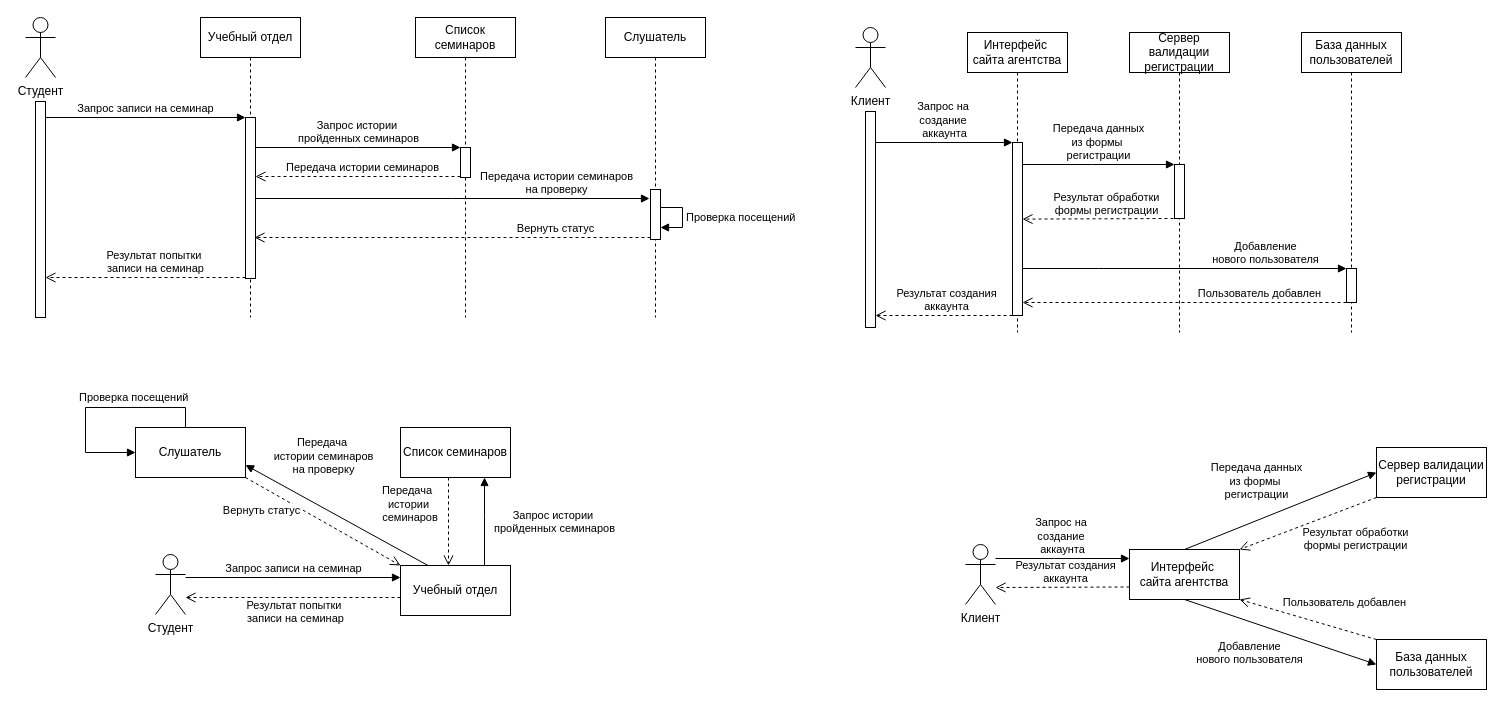
Earlier version of the draw.io diagram АКМС/4.drawio (Shumila71/homeworks). Source tidied: cells renumbered, new cells numbered last; positions are measured from the earlier drawing's top-left corner, leaving out a move shared by most shapes. Both pictures are drawn from the tidied source at 100%, with x=0, y=0 at pixel (25, 17).
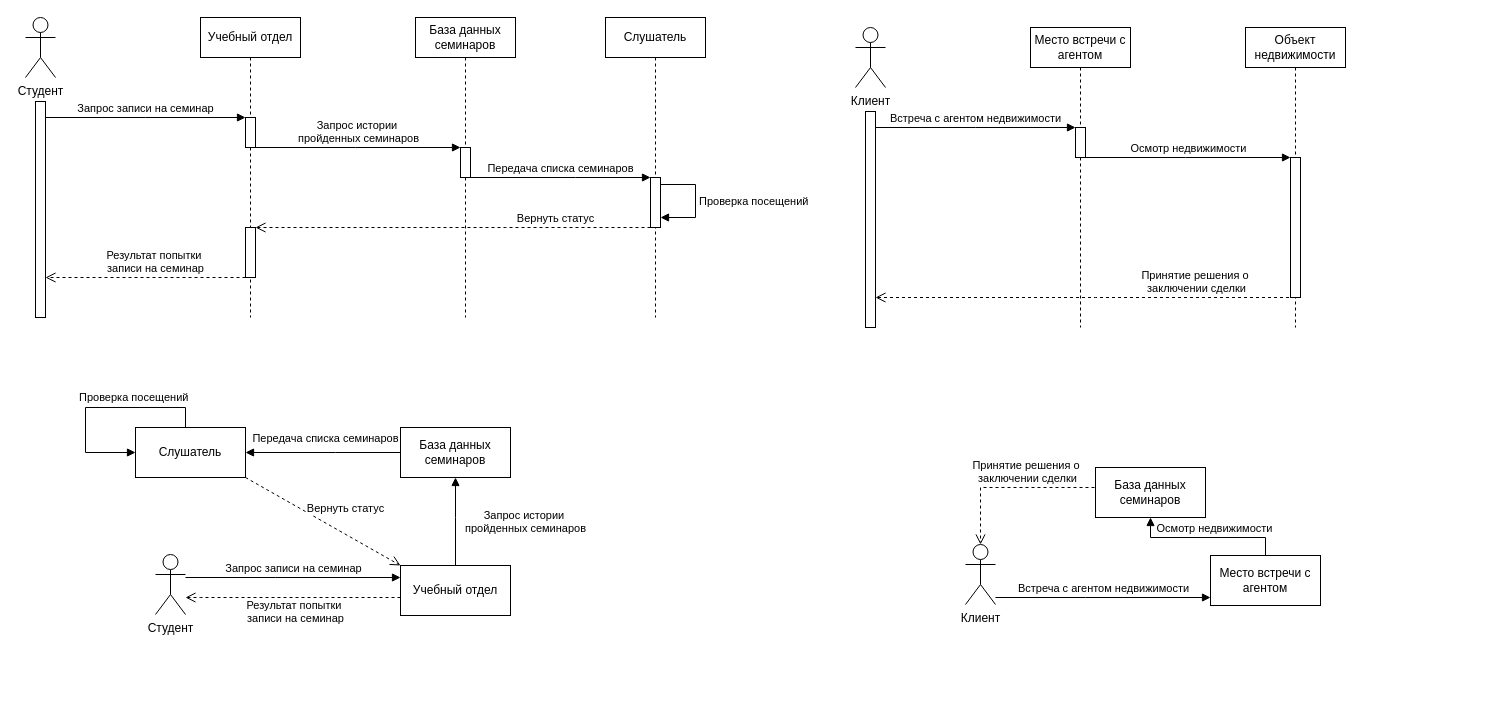
Above is the later version.

The change refers to these unchanged cells:
```xml
<mxCell id="2" value="Учебный отдел" style="shape=umlLifeline;perimeter=lifelinePerimeter;whiteSpace=wrap;html=1;newEdgeStyle={&quot;edgeStyle&quot;:&quot;elbowEdgeStyle&quot;,&quot;elbow&quot;:&quot;vertical&quot;,&quot;curved&quot;:0,&quot;rounded&quot;:0};" parent="1" vertex="1">
  <mxGeometry x="175" width="100" height="300" as="geometry" />
</mxCell>
<mxCell id="9" style="html=1;points=[];perimeter=orthogonalPerimeter;outlineConnect=0;targetShapes=umlLifeline;portConstraint=eastwest;newEdgeStyle={&quot;edgeStyle&quot;:&quot;elbowEdgeStyle&quot;,&quot;elbow&quot;:&quot;vertical&quot;,&quot;curved&quot;:0,&quot;rounded&quot;:0};" parent="8" vertex="1">
  <mxGeometry x="45" y="130" width="10" height="30" as="geometry" />
</mxCell>
<mxCell id="10" value="Слушатель" style="shape=umlLifeline;perimeter=lifelinePerimeter;whiteSpace=wrap;html=1;newEdgeStyle={&quot;edgeStyle&quot;:&quot;elbowEdgeStyle&quot;,&quot;elbow&quot;:&quot;vertical&quot;,&quot;curved&quot;:0,&quot;rounded&quot;:0};" parent="1" vertex="1">
  <mxGeometry x="580" width="100" height="300" as="geometry" />
</mxCell>
<mxCell id="17" value="Слушатель" style="html=1;whiteSpace=wrap;" parent="1" vertex="1">
  <mxGeometry x="110" y="410" width="110" height="50" as="geometry" />
</mxCell>
<mxCell id="18" value="Учебный отдел" style="html=1;whiteSpace=wrap;" parent="1" vertex="1">
  <mxGeometry x="375" y="548" width="110" height="50" as="geometry" />
</mxCell>
<mxCell id="28" style="html=1;points=[[0,0,0,0,5],[0,1,0,0,-5],[1,0,0,0,5],[1,1,0,0,-5]];perimeter=orthogonalPerimeter;outlineConnect=0;targetShapes=umlLifeline;portConstraint=eastwest;newEdgeStyle={&quot;curved&quot;:0,&quot;rounded&quot;:0};" parent="1" vertex="1">
  <mxGeometry x="840" y="94" width="10" height="216" as="geometry" />
</mxCell>
<mxCell id="33" value="Клиент" style="shape=umlActor;verticalLabelPosition=bottom;verticalAlign=top;html=1;" parent="1" vertex="1">
  <mxGeometry x="940" y="527" width="30" height="60" as="geometry" />
</mxCell>
```

What changed in the source:
```diff
@@
     <mxCell id="3" style="html=1;points=[];perimeter=orthogonalPerimeter;outlineConnect=0;targetShapes=umlLifeline;portConstraint=eastwest;newEdgeStyle={&quot;edgeStyle&quot;:&quot;elbowEdgeStyle&quot;,&quot;elbow&quot;:&quot;vertical&quot;,&quot;curved&quot;:0,&quot;rounded&quot;:0};" parent="2" vertex="1">
-      <mxGeometry x="45" y="100" width="10" height="161" as="geometry" />
+      <mxGeometry x="45" y="100" width="10" height="30" as="geometry" />
     </mxCell>
+    <mxCell id="52" style="html=1;points=[[0,0,0,0,5],[0,1,0,0,-5],[1,0,0,0,5],[1,1,0,0,-5]];perimeter=orthogonalPerimeter;outlineConnect=0;targetShapes=umlLifeline;portConstraint=eastwest;newEdgeStyle={&quot;curved&quot;:0,&quot;rounded&quot;:0};" parent="2" vertex="1">
+      <mxGeometry x="45" y="210" width="10" height="50" as="geometry" />
+    </mxCell>
@@
-    <mxCell id="5" value="Вернуть статус" style="html=1;verticalAlign=bottom;endArrow=open;dashed=1;endSize=8;edgeStyle=elbowEdgeStyle;elbow=vertical;curved=0;rounded=0;" parent="1" edge="1" source="11">
+    <mxCell id="5" value="Вернуть статус" style="html=1;verticalAlign=bottom;endArrow=open;dashed=1;endSize=8;edgeStyle=elbowEdgeStyle;elbow=vertical;curved=0;rounded=0;" parent="1" edge="1" source="11" target="52">
       <mxGeometry x="-0.52" relative="1" as="geometry">
-        <mxPoint x="229" y="220" as="targetPoint" />
         <Array as="points">
-          <mxPoint x="480" y="220" />
+          <mxPoint x="480" y="210" />
         </Array>
       </mxGeometry>
     </mxCell>
@@
-    <mxCell id="8" value="Список семинаров" style="shape=umlLifeline;perimeter=lifelinePerimeter;whiteSpace=wrap;html=1;newEdgeStyle={&quot;edgeStyle&quot;:&quot;elbowEdgeStyle&quot;,&quot;elbow&quot;:&quot;vertical&quot;,&quot;curved&quot;:0,&quot;rounded&quot;:0};" parent="1" vertex="1">
+    <mxCell id="8" value="База данных семинаров" style="shape=umlLifeline;perimeter=lifelinePerimeter;whiteSpace=wrap;html=1;newEdgeStyle={&quot;edgeStyle&quot;:&quot;elbowEdgeStyle&quot;,&quot;elbow&quot;:&quot;vertical&quot;,&quot;curved&quot;:0,&quot;rounded&quot;:0};" parent="1" vertex="1">
       <mxGeometry x="390" width="100" height="300" as="geometry" />
     </mxCell>
@@
     <mxCell id="11" style="html=1;points=[[0,0,0,0,5],[0,1,0,0,-5],[1,0,0,0,5],[1,1,0,0,-5]];perimeter=orthogonalPerimeter;outlineConnect=0;targetShapes=umlLifeline;portConstraint=eastwest;newEdgeStyle={&quot;curved&quot;:0,&quot;rounded&quot;:0};" parent="10" vertex="1">
-      <mxGeometry x="45" y="172" width="10" height="50" as="geometry" />
+      <mxGeometry x="45" y="160" width="10" height="50" as="geometry" />
     </mxCell>
     <mxCell id="12" value="&lt;span style=&quot;text-align: center;&quot;&gt;Проверка посещений&lt;/span&gt;" style="html=1;align=left;spacingLeft=2;endArrow=block;rounded=0;edgeStyle=orthogonalEdgeStyle;curved=0;rounded=0;" parent="10" edge="1" source="11" target="11">
       <mxGeometry relative="1" as="geometry">
         <Array as="points">
-          <mxPoint x="77" y="190" />
-          <mxPoint x="77" y="210" />
+          <mxPoint x="90" y="167" />
+          <mxPoint x="90" y="200" />
         </Array>
       </mxGeometry>
     </mxCell>
@@
-    <mxCell id="14" value="Передача истории семинаров&lt;div&gt;на проверку&lt;/div&gt;" style="html=1;verticalAlign=bottom;endArrow=block;edgeStyle=elbowEdgeStyle;elbow=vertical;curved=0;rounded=0;" parent="1" edge="1">
-      <mxGeometry x="0.53" relative="1" as="geometry">
-        <mxPoint x="230" y="181" as="sourcePoint" />
-        <mxPoint x="624" y="181" as="targetPoint" />
+    <mxCell id="14" value="Передача списка семинаров" style="html=1;verticalAlign=bottom;endArrow=block;edgeStyle=elbowEdgeStyle;elbow=vertical;curved=0;rounded=0;" parent="1" edge="1" source="9">
+      <mxGeometry relative="1" as="geometry">
+        <mxPoint x="625" y="160" as="targetPoint" />
         <Array as="points">
-          <mxPoint x="426" y="181" />
-          <mxPoint x="565" y="123.5" />
+          <mxPoint x="550" y="160" />
+          <mxPoint x="565" y="133.5" />
         </Array>
       </mxGeometry>
     </mxCell>
-    <mxCell id="15" value="Результат попытки&amp;nbsp;&lt;div&gt;записи на семинар&lt;/div&gt;" style="html=1;verticalAlign=bottom;endArrow=open;dashed=1;endSize=8;edgeStyle=elbowEdgeStyle;elbow=vertical;curved=0;rounded=0;" parent="1" edge="1" source="3">
+    <mxCell id="15" value="Результат попытки&amp;nbsp;&lt;div&gt;записи на семинар&lt;/div&gt;" style="html=1;verticalAlign=bottom;endArrow=open;dashed=1;endSize=8;edgeStyle=elbowEdgeStyle;elbow=vertical;curved=0;rounded=0;" parent="1" edge="1" source="52">
       <mxGeometry x="-0.1" relative="1" as="geometry">
         <mxPoint x="20" y="260" as="targetPoint" />
         <Array as="points">
           <mxPoint x="20" y="260" />
         </Array>
       </mxGeometry>
     </mxCell>
@@
-    <mxCell id="19" value="Список семинаров" style="html=1;whiteSpace=wrap;" parent="1" vertex="1">
+    <mxCell id="19" value="База данных семинаров" style="html=1;whiteSpace=wrap;" parent="1" vertex="1">
       <mxGeometry x="375" y="410" width="110" height="50" as="geometry" />
     </mxCell>
@@
-    <mxCell id="21" value="Запрос истории&amp;nbsp;&lt;div&gt;пройденных семинаров&lt;/div&gt;" style="html=1;verticalAlign=bottom;endArrow=block;edgeStyle=elbowEdgeStyle;elbow=vertical;curved=0;rounded=0;exitX=0.5;exitY=0;exitDx=0;exitDy=0;entryX=0.5;entryY=1;entryDx=0;entryDy=0;" parent="1" edge="1">
+    <mxCell id="21" value="Запрос истории&amp;nbsp;&lt;div&gt;пройденных семинаров&lt;/div&gt;" style="html=1;verticalAlign=bottom;endArrow=block;edgeStyle=elbowEdgeStyle;elbow=vertical;curved=0;rounded=0;exitX=0.5;exitY=0;exitDx=0;exitDy=0;entryX=0.5;entryY=1;entryDx=0;entryDy=0;" parent="1" edge="1" source="18" target="19">
       <mxGeometry x="-0.36" y="-70" relative="1" as="geometry">
-        <mxPoint x="459" y="548" as="sourcePoint" />
-        <mxPoint x="459" y="460" as="targetPoint" />
         <Array as="points">
-          <mxPoint x="488" y="498" />
-          <mxPoint x="414" y="93.5" />
+          <mxPoint x="430" y="500" />
+          <mxPoint x="385" y="93.5" />
         </Array>
       </mxGeometry>
     </mxCell>
-    <mxCell id="22" value="Передача&amp;nbsp;&lt;div&gt;истории семинаров&lt;div&gt;на проверку&lt;/div&gt;&lt;/div&gt;" style="html=1;verticalAlign=bottom;endArrow=block;elbow=vertical;rounded=0;exitX=0.25;exitY=0;exitDx=0;exitDy=0;entryX=1;entryY=0.75;entryDx=0;entryDy=0;" parent="1" edge="1" source="18" target="17">
-      <mxGeometry x="0.29" y="-26" relative="1" as="geometry" />
+    <mxCell id="22" value="Передача списка семинаров" style="html=1;verticalAlign=bottom;endArrow=block;edgeStyle=elbowEdgeStyle;elbow=vertical;curved=0;rounded=0;exitX=0;exitY=0.5;exitDx=0;exitDy=0;entryX=1;entryY=0.5;entryDx=0;entryDy=0;" parent="1" edge="1" source="19" target="17">
+      <mxGeometry x="-0.03" y="-5" relative="1" as="geometry">
+        <Array as="points">
+          <mxPoint x="310" y="435" />
+          <mxPoint x="605" y="123.5" />
+        </Array>
+      </mxGeometry>
     </mxCell>
@@
     <mxCell id="24" value="Вернуть статус" style="html=1;verticalAlign=bottom;endArrow=open;dashed=1;endSize=8;elbow=vertical;rounded=0;exitX=1;exitY=1;exitDx=0;exitDy=0;entryX=0;entryY=0;entryDx=0;entryDy=0;" parent="1" edge="1" source="17" target="18">
-      <mxGeometry x="-0.61" y="-29" relative="1" as="geometry" />
+      <mxGeometry x="0.2" y="15" relative="1" as="geometry" />
     </mxCell>
@@
-    <mxCell id="26" value="Интерфейс&amp;nbsp;&lt;div&gt;сайта агентства&lt;/div&gt;" style="shape=umlLifeline;perimeter=lifelinePerimeter;whiteSpace=wrap;html=1;newEdgeStyle={&quot;edgeStyle&quot;:&quot;elbowEdgeStyle&quot;,&quot;elbow&quot;:&quot;vertical&quot;,&quot;curved&quot;:0,&quot;rounded&quot;:0};" parent="1" vertex="1">
-      <mxGeometry x="942" y="15" width="100" height="300" as="geometry" />
+    <mxCell id="26" value="Место встречи с агентом" style="shape=umlLifeline;perimeter=lifelinePerimeter;whiteSpace=wrap;html=1;newEdgeStyle={&quot;edgeStyle&quot;:&quot;elbowEdgeStyle&quot;,&quot;elbow&quot;:&quot;vertical&quot;,&quot;curved&quot;:0,&quot;rounded&quot;:0};" parent="1" vertex="1">
+      <mxGeometry x="1005" y="10" width="100" height="300" as="geometry" />
     </mxCell>
     <mxCell id="27" style="html=1;points=[];perimeter=orthogonalPerimeter;outlineConnect=0;targetShapes=umlLifeline;portConstraint=eastwest;newEdgeStyle={&quot;edgeStyle&quot;:&quot;elbowEdgeStyle&quot;,&quot;elbow&quot;:&quot;vertical&quot;,&quot;curved&quot;:0,&quot;rounded&quot;:0};" parent="26" vertex="1">
-      <mxGeometry x="45" y="110" width="10" height="173" as="geometry" />
+      <mxGeometry x="45" y="100" width="10" height="30" as="geometry" />
     </mxCell>
+    <mxCell id="53" value="Встреча с агентом недвижимости" style="html=1;verticalAlign=bottom;endArrow=block;edgeStyle=elbowEdgeStyle;elbow=vertical;curved=0;rounded=0;" parent="1" edge="1" source="28" target="27">
+      <mxGeometry relative="1" as="geometry">
+        <Array as="points">
+          <mxPoint x="950" y="110" />
+          <mxPoint x="965" y="90" />
+        </Array>
+      </mxGeometry>
+    </mxCell>
@@
-    <mxCell id="30" value="База данных пользователей" style="shape=umlLifeline;perimeter=lifelinePerimeter;whiteSpace=wrap;html=1;newEdgeStyle={&quot;edgeStyle&quot;:&quot;elbowEdgeStyle&quot;,&quot;elbow&quot;:&quot;vertical&quot;,&quot;curved&quot;:0,&quot;rounded&quot;:0};" parent="1" vertex="1">
-      <mxGeometry x="1276" y="15" width="100" height="300" as="geometry" />
+    <mxCell id="30" value="Объект недвижимости" style="shape=umlLifeline;perimeter=lifelinePerimeter;whiteSpace=wrap;html=1;newEdgeStyle={&quot;edgeStyle&quot;:&quot;elbowEdgeStyle&quot;,&quot;elbow&quot;:&quot;vertical&quot;,&quot;curved&quot;:0,&quot;rounded&quot;:0};" parent="1" vertex="1">
+      <mxGeometry x="1220" y="10" width="100" height="300" as="geometry" />
     </mxCell>
     <mxCell id="31" style="html=1;points=[];perimeter=orthogonalPerimeter;outlineConnect=0;targetShapes=umlLifeline;portConstraint=eastwest;newEdgeStyle={&quot;edgeStyle&quot;:&quot;elbowEdgeStyle&quot;,&quot;elbow&quot;:&quot;vertical&quot;,&quot;curved&quot;:0,&quot;rounded&quot;:0};" parent="30" vertex="1">
-      <mxGeometry x="45" y="236" width="10" height="34" as="geometry" />
+      <mxGeometry x="45" y="130" width="10" height="140" as="geometry" />
     </mxCell>
-    <mxCell id="32" value="Запрос на&amp;nbsp;&lt;div&gt;создание&amp;nbsp;&lt;div&gt;аккаунта&lt;/div&gt;&lt;/div&gt;" style="html=1;verticalAlign=bottom;endArrow=block;edgeStyle=elbowEdgeStyle;elbow=vertical;curved=0;rounded=0;" parent="1" edge="1" source="28" target="27">
+    <mxCell id="32" value="Осмотр недвижимости" style="html=1;verticalAlign=bottom;endArrow=block;edgeStyle=elbowEdgeStyle;elbow=vertical;curved=0;rounded=0;" parent="1" edge="1" source="27" target="31">
       <mxGeometry relative="1" as="geometry">
         <Array as="points">
-          <mxPoint x="912" y="125" />
-          <mxPoint x="1160" y="320.5" />
+          <mxPoint x="1160" y="140" />
+          <mxPoint x="1175" y="113.5" />
         </Array>
       </mxGeometry>
     </mxCell>
+    <mxCell id="54" value="Принятие решения о&amp;nbsp;&lt;div&gt;заключении сделки&lt;/div&gt;" style="html=1;verticalAlign=bottom;endArrow=open;dashed=1;endSize=8;edgeStyle=elbowEdgeStyle;elbow=vertical;curved=0;rounded=0;" parent="1" edge="1" target="28">
+      <mxGeometry x="-0.53" relative="1" as="geometry">
+        <mxPoint x="1269.5" y="280" as="sourcePoint" />
+        <Array as="points">
+          <mxPoint x="1070" y="280" />
+        </Array>
+      </mxGeometry>
+    </mxCell>
@@
-    <mxCell id="34" value="База данных пользователей" style="html=1;whiteSpace=wrap;" parent="1" vertex="1">
-      <mxGeometry x="1351" y="622" width="110" height="50" as="geometry" />
+    <mxCell id="34" value="Место встречи с агентом" style="html=1;whiteSpace=wrap;" parent="1" vertex="1">
+      <mxGeometry x="1185" y="538" width="110" height="50" as="geometry" />
     </mxCell>
-    <mxCell id="35" value="Интерфейс&amp;nbsp;&lt;div&gt;сайта агентства&lt;/div&gt;" style="html=1;whiteSpace=wrap;" parent="1" vertex="1">
-      <mxGeometry x="1104" y="532" width="110" height="50" as="geometry" />
+    <mxCell id="35" value="База данных семинаров" style="html=1;whiteSpace=wrap;" parent="1" vertex="1">
+      <mxGeometry x="1070" y="450" width="110" height="50" as="geometry" />
     </mxCell>
-    <mxCell id="36" value="Передача истории семинаров" style="html=1;verticalAlign=bottom;endArrow=open;dashed=1;endSize=8;edgeStyle=elbowEdgeStyle;elbow=vertical;curved=0;rounded=0;" parent="1" edge="1" source="9">
-      <mxGeometry x="-0.04" relative="1" as="geometry">
-        <mxPoint x="230" y="159" as="targetPoint" />
-        <Array as="points">
-          <mxPoint x="253" y="159" />
-        </Array>
-      </mxGeometry>
-    </mxCell>
-    <mxCell id="37" value="Передача&amp;nbsp;&lt;div&gt;истории&lt;div&gt;&amp;nbsp;семинаров&lt;/div&gt;&lt;/div&gt;" style="html=1;verticalAlign=bottom;endArrow=open;dashed=1;endSize=8;elbow=vertical;rounded=0;exitX=0.25;exitY=1;exitDx=0;exitDy=0;entryX=0.25;entryY=0;entryDx=0;entryDy=0;" parent="1" edge="1">
-      <mxGeometry x="0.11" y="-40" relative="1" as="geometry">
-        <mxPoint x="423" y="460" as="sourcePoint" />
-        <mxPoint x="423" y="548" as="targetPoint" />
-      </mxGeometry>
-    </mxCell>
-    <mxCell id="38" value="Сервер валидации регистрации" style="shape=umlLifeline;perimeter=lifelinePerimeter;whiteSpace=wrap;html=1;newEdgeStyle={&quot;edgeStyle&quot;:&quot;elbowEdgeStyle&quot;,&quot;elbow&quot;:&quot;vertical&quot;,&quot;curved&quot;:0,&quot;rounded&quot;:0};" parent="1" vertex="1">
-      <mxGeometry x="1104" y="15" width="100" height="300" as="geometry" />
-    </mxCell>
-    <mxCell id="39" style="html=1;points=[];perimeter=orthogonalPerimeter;outlineConnect=0;targetShapes=umlLifeline;portConstraint=eastwest;newEdgeStyle={&quot;edgeStyle&quot;:&quot;elbowEdgeStyle&quot;,&quot;elbow&quot;:&quot;vertical&quot;,&quot;curved&quot;:0,&quot;rounded&quot;:0};" parent="38" vertex="1">
-      <mxGeometry x="45" y="132" width="10" height="54" as="geometry" />
-    </mxCell>
-    <mxCell id="40" value="Пользователь добавлен" style="html=1;verticalAlign=bottom;endArrow=open;dashed=1;endSize=8;edgeStyle=elbowEdgeStyle;elbow=vertical;curved=0;rounded=0;" parent="1" edge="1" source="31" target="27">
-      <mxGeometry x="-0.46" relative="1" as="geometry">
-        <Array as="points">
-          <mxPoint x="1125" y="285" />
-          <mxPoint x="1107" y="291" />
-        </Array>
-      </mxGeometry>
-    </mxCell>
-    <mxCell id="41" value="Передача данных&lt;div&gt;из формы&amp;nbsp;&lt;/div&gt;&lt;div&gt;регистрации&lt;/div&gt;" style="html=1;verticalAlign=bottom;endArrow=block;edgeStyle=elbowEdgeStyle;elbow=vertical;curved=0;rounded=0;" parent="1" edge="1" source="27" target="39">
-      <mxGeometry relative="1" as="geometry">
-        <Array as="points">
-          <mxPoint x="1067" y="147" />
-          <mxPoint x="1317" y="339.5" />
-        </Array>
-      </mxGeometry>
-    </mxCell>
-    <mxCell id="42" value="Результат обработки&lt;div&gt;формы регистрации&lt;/div&gt;" style="html=1;verticalAlign=bottom;endArrow=open;dashed=1;endSize=8;edgeStyle=elbowEdgeStyle;elbow=vertical;curved=0;rounded=0;" parent="1" edge="1" source="39" target="27">
-      <mxGeometry x="-0.06" relative="1" as="geometry">
-        <Array as="points">
-          <mxPoint x="1142.3" y="201.6" />
-          <mxPoint x="1124.3" y="207.6" />
-        </Array>
-      </mxGeometry>
-    </mxCell>
-    <mxCell id="43" value="&lt;div&gt;Добавление&lt;/div&gt;&lt;div&gt;нового пользователя&lt;/div&gt;" style="html=1;verticalAlign=bottom;endArrow=block;edgeStyle=elbowEdgeStyle;elbow=vertical;curved=0;rounded=0;" parent="1" edge="1" source="27" target="31">
-      <mxGeometry x="0.5" relative="1" as="geometry">
-        <Array as="points">
-          <mxPoint x="1073" y="251" />
-          <mxPoint x="1323" y="443.5" />
-        </Array>
-      </mxGeometry>
-    </mxCell>
-    <mxCell id="44" value="Результат создания&lt;div&gt;аккаунта&lt;/div&gt;" style="html=1;verticalAlign=bottom;endArrow=open;dashed=1;endSize=8;edgeStyle=elbowEdgeStyle;elbow=vertical;curved=0;rounded=0;" parent="1" edge="1" source="27" target="28">
-      <mxGeometry x="-0.04" relative="1" as="geometry">
-        <Array as="points">
-          <mxPoint x="898" y="298" />
-        </Array>
-      </mxGeometry>
-    </mxCell>
-    <mxCell id="45" value="Сервер валидации регистрации" style="html=1;whiteSpace=wrap;" parent="1" vertex="1">
-      <mxGeometry x="1351" y="430" width="110" height="50" as="geometry" />
-    </mxCell>
-    <mxCell id="46" value="Запрос на&amp;nbsp;&lt;div&gt;создание&amp;nbsp;&lt;div&gt;аккаунта&lt;/div&gt;&lt;/div&gt;" style="html=1;verticalAlign=bottom;endArrow=block;edgeStyle=elbowEdgeStyle;elbow=vertical;curved=0;rounded=0;" parent="1" edge="1" source="33">
-      <mxGeometry relative="1" as="geometry">
-        <mxPoint x="1104" y="541" as="targetPoint" />
-        <Array as="points">
-          <mxPoint x="1029" y="541" />
-          <mxPoint x="1277" y="736.5" />
-        </Array>
-      </mxGeometry>
-    </mxCell>
+    <mxCell id="55" value="Встреча с агентом недвижимости" style="html=1;verticalAlign=bottom;endArrow=block;edgeStyle=elbowEdgeStyle;elbow=vertical;curved=0;rounded=0;" parent="1" edge="1">
+      <mxGeometry relative="1" as="geometry">
+        <mxPoint x="970" y="580" as="sourcePoint" />
+        <mxPoint x="1185" y="580" as="targetPoint" />
+        <Array as="points">
+          <mxPoint x="1060" y="580" />
+        </Array>
+      </mxGeometry>
+    </mxCell>
+    <mxCell id="50" value="Осмотр недвижимости" style="html=1;verticalAlign=bottom;endArrow=block;edgeStyle=elbowEdgeStyle;elbow=vertical;curved=0;rounded=0;exitX=0.5;exitY=0;exitDx=0;exitDy=0;entryX=0.5;entryY=1;entryDx=0;entryDy=0;" parent="1" edge="1" source="34" target="35">
+      <mxGeometry x="-0.1" relative="1" as="geometry">
+        <Array as="points">
+          <mxPoint x="1170" y="520" />
+          <mxPoint x="1195" y="83.5" />
+        </Array>
+      </mxGeometry>
+    </mxCell>
-    <mxCell id="47" value="Результат создания&lt;div&gt;аккаунта&lt;/div&gt;" style="html=1;verticalAlign=bottom;endArrow=open;dashed=1;endSize=8;edgeStyle=elbowEdgeStyle;elbow=vertical;curved=0;rounded=0;exitX=0;exitY=0.75;exitDx=0;exitDy=0;" parent="1" edge="1" source="35" target="33">
-      <mxGeometry x="-0.04" relative="1" as="geometry" />
+    <mxCell id="47" value="Принятие решения о&amp;nbsp;&lt;div&gt;заключении сделки&lt;/div&gt;" style="html=1;verticalAlign=bottom;endArrow=open;dashed=1;endSize=8;edgeStyle=elbowEdgeStyle;elbow=vertical;curved=0;rounded=0;exitX=0;exitY=0.5;exitDx=0;exitDy=0;entryX=0.5;entryY=0;entryDx=0;entryDy=0;entryPerimeter=0;" parent="1" edge="1" source="35" target="33">
+      <mxGeometry x="-0.17" relative="1" as="geometry">
+        <Array as="points">
+          <mxPoint x="1000" y="470" />
+        </Array>
+      </mxGeometry>
     </mxCell>
-    <mxCell id="48" value="Передача данных&lt;div&gt;из формы&amp;nbsp;&lt;/div&gt;&lt;div&gt;регистрации&lt;/div&gt;" style="html=1;verticalAlign=bottom;endArrow=block;elbow=vertical;rounded=0;entryX=0;entryY=0.5;entryDx=0;entryDy=0;exitX=0.5;exitY=0;exitDx=0;exitDy=0;" parent="1" edge="1" source="35" target="45">
-      <mxGeometry x="-0.19" y="16" relative="1" as="geometry" />
-    </mxCell>
-    <mxCell id="49" value="Результат обработки&lt;div&gt;формы регистрации&lt;/div&gt;" style="html=1;verticalAlign=bottom;endArrow=open;dashed=1;endSize=8;elbow=vertical;rounded=0;exitX=0;exitY=1;exitDx=0;exitDy=0;entryX=1;entryY=0;entryDx=0;entryDy=0;" parent="1" edge="1" source="45" target="35">
-      <mxGeometry x="-0.46" y="46" relative="1" as="geometry" />
-    </mxCell>
-    <mxCell id="50" value="Пользователь добавлен" style="html=1;verticalAlign=bottom;endArrow=open;dashed=1;endSize=8;elbow=vertical;rounded=0;exitX=0;exitY=0;exitDx=0;exitDy=0;entryX=1;entryY=1;entryDx=0;entryDy=0;" parent="1" edge="1" source="34" target="35">
-      <mxGeometry x="-0.46" y="-18" relative="1" as="geometry" />
-    </mxCell>
-    <mxCell id="51" value="&lt;div&gt;Добавление&lt;/div&gt;&lt;div&gt;нового пользователя&lt;/div&gt;" style="html=1;verticalAlign=bottom;endArrow=block;elbow=vertical;rounded=0;entryX=0;entryY=0.5;entryDx=0;entryDy=0;exitX=0.5;exitY=1;exitDx=0;exitDy=0;" parent="1" edge="1" source="35" target="34">
-      <mxGeometry x="-0.17" y="-45" relative="1" as="geometry">
-        <mxPoint y="-1" as="offset" />
-      </mxGeometry>
-    </mxCell>
```
